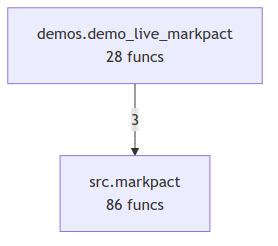
The Mermaid diagram project/compact_flow.png in markpact/markpact, before a commit. Its source is kept beside it as project/compact_flow.mmd. Its diagram source:
```mermaid
flowchart TD
    demos_demo_live_markpact["demos.demo_live_markpact<br/>28 funcs"]
    src_markpact["src.markpact<br/>86 funcs"]
    demos_demo_live_markpact -->|3| src_markpact
```
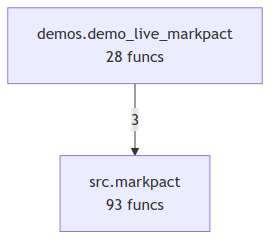
Later version of the same file.

The edit, as a diff of the source:
```diff
@@ -1,4 +1,4 @@
 flowchart TD
     demos_demo_live_markpact["demos.demo_live_markpact<br/>28 funcs"]
-    src_markpact["src.markpact<br/>86 funcs"]
+    src_markpact["src.markpact<br/>93 funcs"]
     demos_demo_live_markpact -->|3| src_markpact
```
